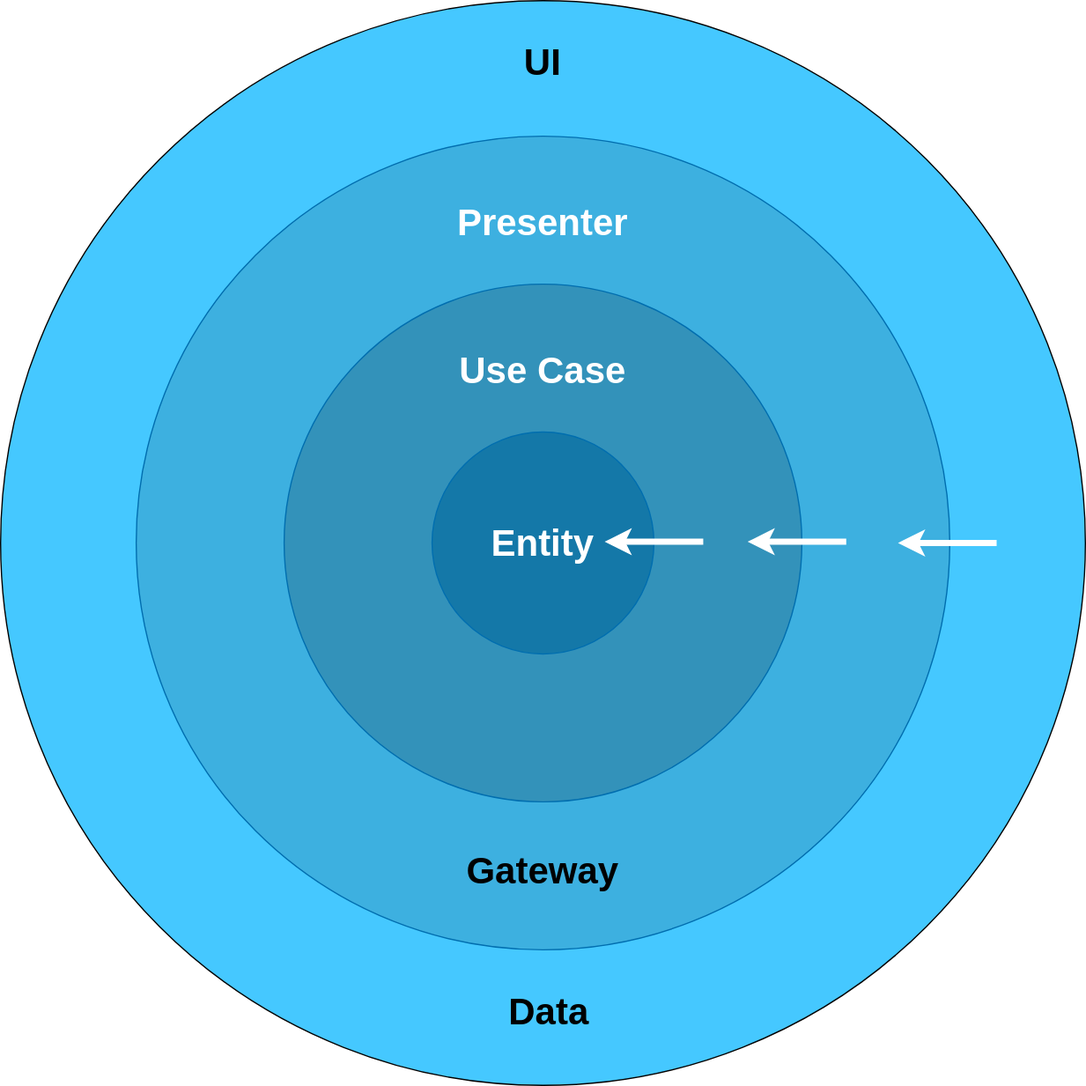
This is diagrams/images/ca-flow-dependency-control.svg from AlexanderLapygin/dependency-inversion-slides, a draw.io export, as it was before one commit. Source tidied: cells renumbered, new cells last; positions are measured from the earlier drawing's top-left corner, leaving out a move shared by most shapes. Source of this version:
```xml
<mxGraphModel background="#ffffff">
  <root>
    <mxCell id="0" />
    <mxCell id="1" parent="0" />
    <mxCell id="2" style="ellipse;whiteSpace=wrap;html=1;fillColor=#45C8FF;fontSize=30;labelPosition=center;verticalLabelPosition=top;align=center;verticalAlign=bottom;" parent="1" vertex="1">
      <mxGeometry width="880" height="880" as="geometry" />
    </mxCell>
    <mxCell id="3" style="ellipse;whiteSpace=wrap;html=1;fillColor=#3DB0E0;fontSize=30;labelPosition=center;verticalLabelPosition=top;align=center;verticalAlign=bottom;fontStyle=0;strokeColor=#006EAF;fontColor=#ffffff;" parent="1" vertex="1">
      <mxGeometry x="110" y="110" width="660" height="660" as="geometry" />
    </mxCell>
    <mxCell id="4" style="ellipse;whiteSpace=wrap;html=1;fillColor=#3392BA;fontSize=30;labelPosition=center;verticalLabelPosition=top;align=center;verticalAlign=bottom;strokeColor=#006EAF;fontColor=#ffffff;" parent="1" vertex="1">
      <mxGeometry x="230" y="230" width="420" height="420" as="geometry" />
    </mxCell>
    <mxCell id="5" value="Entity" style="ellipse;whiteSpace=wrap;html=1;fillColor=#1478A8;fontSize=30;fontStyle=1;strokeColor=#006EAF;fontColor=#ffffff;" parent="1" vertex="1">
      <mxGeometry x="350" y="350" width="180" height="180" as="geometry" />
    </mxCell>
    <mxCell id="6" value="Use Case" style="text;html=1;strokeColor=none;fillColor=none;align=center;verticalAlign=middle;whiteSpace=wrap;rounded=0;fontSize=30;fontStyle=1;fontColor=#FFFFFF;" parent="1" vertex="1">
      <mxGeometry x="355" y="260" width="170" height="80" as="geometry" />
    </mxCell>
    <mxCell id="7" value="Presenter" style="text;html=1;strokeColor=none;fillColor=none;align=center;verticalAlign=middle;whiteSpace=wrap;rounded=0;fontSize=30;fontStyle=1;fontColor=#FFFFFF;" parent="1" vertex="1">
      <mxGeometry x="355" y="140" width="170" height="80" as="geometry" />
    </mxCell>
    <mxCell id="8" value="Gateway" style="text;html=1;strokeColor=none;fillColor=none;align=center;verticalAlign=middle;whiteSpace=wrap;rounded=0;fontSize=30;fontStyle=1;" parent="1" vertex="1">
      <mxGeometry x="355" y="666" width="170" height="80" as="geometry" />
    </mxCell>
    <mxCell id="9" value="Data" style="text;html=1;strokeColor=none;fillColor=none;align=center;verticalAlign=middle;whiteSpace=wrap;rounded=0;fontSize=30;fontStyle=1;" parent="1" vertex="1">
      <mxGeometry x="360" y="780" width="170" height="80" as="geometry" />
    </mxCell>
    <mxCell id="10" value="UI" style="text;html=1;strokeColor=none;fillColor=none;align=center;verticalAlign=middle;whiteSpace=wrap;rounded=0;fontSize=30;fontStyle=1;" parent="1" vertex="1">
      <mxGeometry x="355" y="10" width="170" height="80" as="geometry" />
    </mxCell>
    <mxCell id="11" style="endArrow=classic;html=1;fontSize=30;endFill=1;strokeWidth=5;strokeColor=#FFFFFF;" parent="1" edge="1">
      <mxGeometry relative="1" as="geometry">
        <mxPoint x="570" y="439" as="sourcePoint" />
        <mxPoint x="490" y="439" as="targetPoint" />
      </mxGeometry>
    </mxCell>
    <mxCell id="12" style="endArrow=classic;html=1;fontSize=30;endFill=1;strokeWidth=5;strokeColor=#FFFFFF;" parent="1" edge="1">
      <mxGeometry relative="1" as="geometry">
        <mxPoint x="686" y="439" as="sourcePoint" />
        <mxPoint x="606" y="439" as="targetPoint" />
      </mxGeometry>
    </mxCell>
    <mxCell id="13" style="endArrow=classic;html=1;fontSize=30;endFill=1;strokeWidth=5;strokeColor=#FFFFFF;" parent="1" edge="1">
      <mxGeometry relative="1" as="geometry">
        <mxPoint x="808" y="440" as="sourcePoint" />
        <mxPoint x="728" y="440" as="targetPoint" />
      </mxGeometry>
    </mxCell>
  </root>
</mxGraphModel>
```
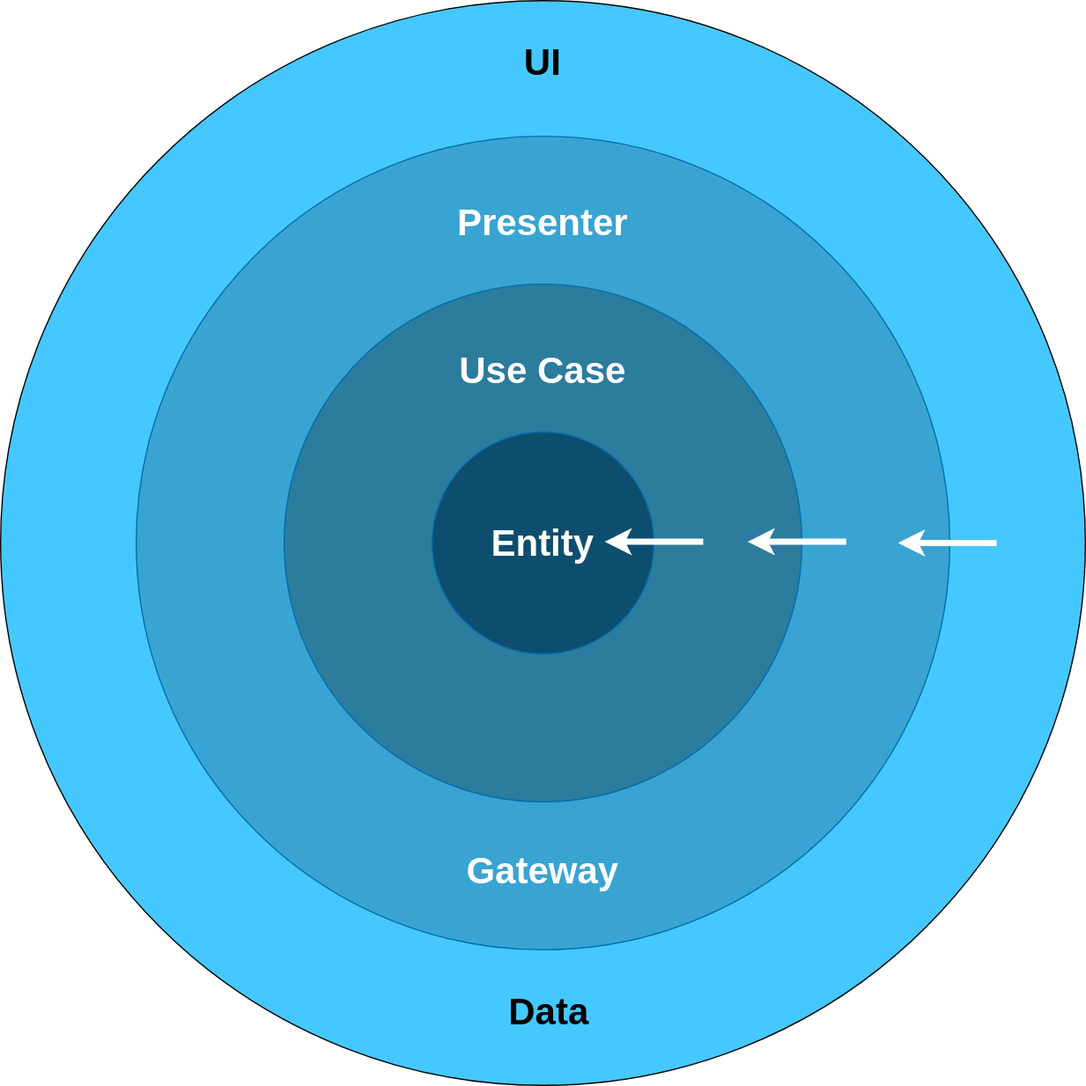
After the commit.

The edit, as a diff of the source:
```diff
@@ -5,13 +5,13 @@
     <mxCell id="2" style="ellipse;whiteSpace=wrap;html=1;fillColor=#45C8FF;fontSize=30;labelPosition=center;verticalLabelPosition=top;align=center;verticalAlign=bottom;" parent="1" vertex="1">
       <mxGeometry width="880" height="880" as="geometry" />
     </mxCell>
-    <mxCell id="3" style="ellipse;whiteSpace=wrap;html=1;fillColor=#3DB0E0;fontSize=30;labelPosition=center;verticalLabelPosition=top;align=center;verticalAlign=bottom;fontStyle=0;strokeColor=#006EAF;fontColor=#ffffff;" parent="1" vertex="1">
+    <mxCell id="3" style="ellipse;whiteSpace=wrap;html=1;fillColor=#39A4D1;fontSize=30;labelPosition=center;verticalLabelPosition=top;align=center;verticalAlign=bottom;fontStyle=0;strokeColor=#006EAF;fontColor=#ffffff;" parent="1" vertex="1">
       <mxGeometry x="110" y="110" width="660" height="660" as="geometry" />
     </mxCell>
-    <mxCell id="4" style="ellipse;whiteSpace=wrap;html=1;fillColor=#3392BA;fontSize=30;labelPosition=center;verticalLabelPosition=top;align=center;verticalAlign=bottom;strokeColor=#006EAF;fontColor=#ffffff;" parent="1" vertex="1">
+    <mxCell id="4" style="ellipse;whiteSpace=wrap;html=1;fillColor=#2C7C9E;fontSize=30;labelPosition=center;verticalLabelPosition=top;align=center;verticalAlign=bottom;strokeColor=#006EAF;fontColor=#ffffff;" parent="1" vertex="1">
       <mxGeometry x="230" y="230" width="420" height="420" as="geometry" />
     </mxCell>
-    <mxCell id="5" value="Entity" style="ellipse;whiteSpace=wrap;html=1;fillColor=#1478A8;fontSize=30;fontStyle=1;strokeColor=#006EAF;fontColor=#ffffff;" parent="1" vertex="1">
+    <mxCell id="5" value="Entity" style="ellipse;whiteSpace=wrap;html=1;fillColor=#0D4E6E;fontSize=30;fontStyle=1;strokeColor=#006EAF;fontColor=#ffffff;" parent="1" vertex="1">
       <mxGeometry x="350" y="350" width="180" height="180" as="geometry" />
     </mxCell>
     <mxCell id="6" value="Use Case" style="text;html=1;strokeColor=none;fillColor=none;align=center;verticalAlign=middle;whiteSpace=wrap;rounded=0;fontSize=30;fontStyle=1;fontColor=#FFFFFF;" parent="1" vertex="1">
@@ -20,7 +20,7 @@
     <mxCell id="7" value="Presenter" style="text;html=1;strokeColor=none;fillColor=none;align=center;verticalAlign=middle;whiteSpace=wrap;rounded=0;fontSize=30;fontStyle=1;fontColor=#FFFFFF;" parent="1" vertex="1">
       <mxGeometry x="355" y="140" width="170" height="80" as="geometry" />
     </mxCell>
-    <mxCell id="8" value="Gateway" style="text;html=1;strokeColor=none;fillColor=none;align=center;verticalAlign=middle;whiteSpace=wrap;rounded=0;fontSize=30;fontStyle=1;" parent="1" vertex="1">
+    <mxCell id="8" value="Gateway" style="text;html=1;strokeColor=none;fillColor=none;align=center;verticalAlign=middle;whiteSpace=wrap;rounded=0;fontSize=30;fontStyle=1;fontColor=#FFFFFF;" parent="1" vertex="1">
       <mxGeometry x="355" y="666" width="170" height="80" as="geometry" />
     </mxCell>
     <mxCell id="9" value="Data" style="text;html=1;strokeColor=none;fillColor=none;align=center;verticalAlign=middle;whiteSpace=wrap;rounded=0;fontSize=30;fontStyle=1;" parent="1" vertex="1">
```
